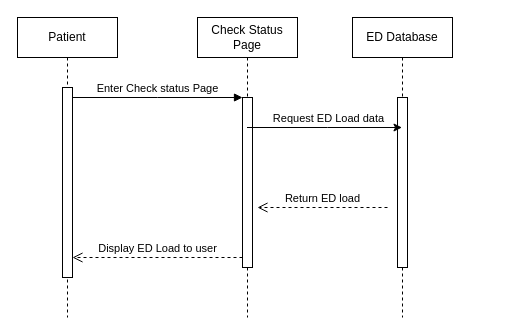
uvic-teach/project-m1-team8 keeps this draw.io diagram as Check_Ed_Status.drawio. Above is the earlier version. Source tidied: cells renumbered, new cells numbered last; positions are measured from the earlier drawing's top-left corner, leaving out a move shared by most shapes. Both pictures are drawn from the tidied source at 100%, with x=0, y=0 at pixel (17, 17).
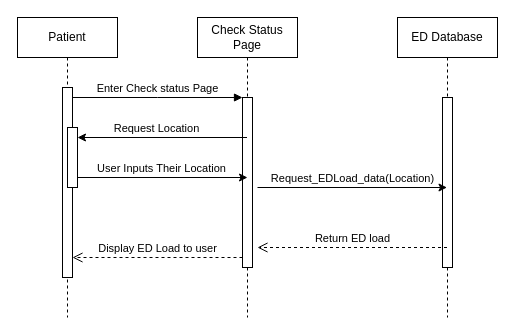
The same diagram, later.

Commit message:
Added location request to Check load

The change refers to these unchanged cells:
```xml
<mxCell id="4" value="Check Status Page" style="shape=umlLifeline;perimeter=lifelinePerimeter;whiteSpace=wrap;html=1;outlineConnect=0;portConstraint=eastwest;newEdgeStyle={&quot;edgeStyle&quot;:&quot;elbowEdgeStyle&quot;,&quot;elbow&quot;:&quot;vertical&quot;,&quot;curved&quot;:0,&quot;rounded&quot;:0};" parent="1" vertex="1">
  <mxGeometry x="180" width="100" height="300" as="geometry" />
</mxCell>
```

Change to the diagram source:
```diff
@@
     <mxCell id="8" value="ED Database" style="shape=umlLifeline;perimeter=lifelinePerimeter;whiteSpace=wrap;html=1;outlineConnect=0;portConstraint=eastwest;newEdgeStyle={&quot;edgeStyle&quot;:&quot;elbowEdgeStyle&quot;,&quot;elbow&quot;:&quot;vertical&quot;,&quot;curved&quot;:0,&quot;rounded&quot;:0};" parent="1" vertex="1">
-      <mxGeometry x="335" width="100" height="300" as="geometry" />
+      <mxGeometry x="380" width="100" height="300" as="geometry" />
     </mxCell>
@@
-    <mxCell id="10" style="endArrow=classic;html=1;rounded=0;" parent="1" edge="1" source="4" target="8">
+    <mxCell id="10" style="endArrow=classic;html=1;rounded=0;" parent="1" edge="1" target="8">
       <mxGeometry relative="1" as="geometry">
+        <mxPoint x="240" y="170" as="sourcePoint" />
         <Array as="points">
-          <mxPoint x="310" y="110" />
+          <mxPoint x="310.5" y="170" />
         </Array>
       </mxGeometry>
     </mxCell>
-    <mxCell id="11" value="Request ED Load data" style="edgeLabel;html=1;align=center;verticalAlign=middle;" parent="10" vertex="1">
+    <mxCell id="11" value="Request_EDLoad_data(Location)" style="edgeLabel;html=1;align=center;verticalAlign=middle;" parent="10" vertex="1">
       <mxGeometry x="-0.25" y="-1" relative="1" as="geometry">
         <mxPoint x="23" y="-11" as="offset" />
       </mxGeometry>
     </mxCell>
-    <mxCell id="12" value="Return ED load" style="html=1;verticalAlign=bottom;endArrow=open;dashed=1;endSize=8;edgeStyle=elbowEdgeStyle;elbow=vertical;curved=0;rounded=0;" parent="1" edge="1">
+    <mxCell id="12" value="Return ED load" style="html=1;verticalAlign=bottom;endArrow=open;dashed=1;endSize=8;edgeStyle=elbowEdgeStyle;elbow=vertical;curved=0;rounded=0;" parent="1" edge="1" source="8">
       <mxGeometry relative="1" as="geometry">
-        <mxPoint x="370" y="190" as="sourcePoint" />
-        <mxPoint x="240" y="190" as="targetPoint" />
+        <mxPoint x="240" y="230" as="targetPoint" />
         <Array as="points">
-          <mxPoint x="305" y="190" />
+          <mxPoint x="305" y="230" />
         </Array>
       </mxGeometry>
     </mxCell>
+    <mxCell id="13" style="rounded=0;whiteSpace=wrap;html=1;" parent="1" vertex="1">
+      <mxGeometry x="50" y="110" width="10" height="60" as="geometry" />
+    </mxCell>
+    <mxCell id="14" style="endArrow=classic;html=1;rounded=0;entryX=1;entryY=0;entryDx=0;entryDy=0;" parent="1" edge="1">
+      <mxGeometry relative="1" as="geometry">
+        <mxPoint x="229.5" y="120" as="sourcePoint" />
+        <mxPoint x="60" y="120" as="targetPoint" />
+      </mxGeometry>
+    </mxCell>
+    <mxCell id="15" value="Request Location" style="edgeLabel;html=1;align=center;verticalAlign=middle;" parent="14" vertex="1">
+      <mxGeometry x="0.07" y="1" relative="1" as="geometry">
+        <mxPoint y="-11" as="offset" />
+      </mxGeometry>
+    </mxCell>
+    <mxCell id="16" style="endArrow=classic;html=1;rounded=0;" parent="1" edge="1">
+      <mxGeometry relative="1" as="geometry">
+        <mxPoint x="60" y="160" as="sourcePoint" />
+        <mxPoint x="230" y="160" as="targetPoint" />
+      </mxGeometry>
+    </mxCell>
+    <mxCell id="17" value="User Inputs Their Location" style="edgeLabel;html=1;align=center;verticalAlign=middle;" parent="16" vertex="1">
+      <mxGeometry x="0.25" relative="1" as="geometry">
+        <mxPoint x="-23" y="-10" as="offset" />
+      </mxGeometry>
+    </mxCell>
```
